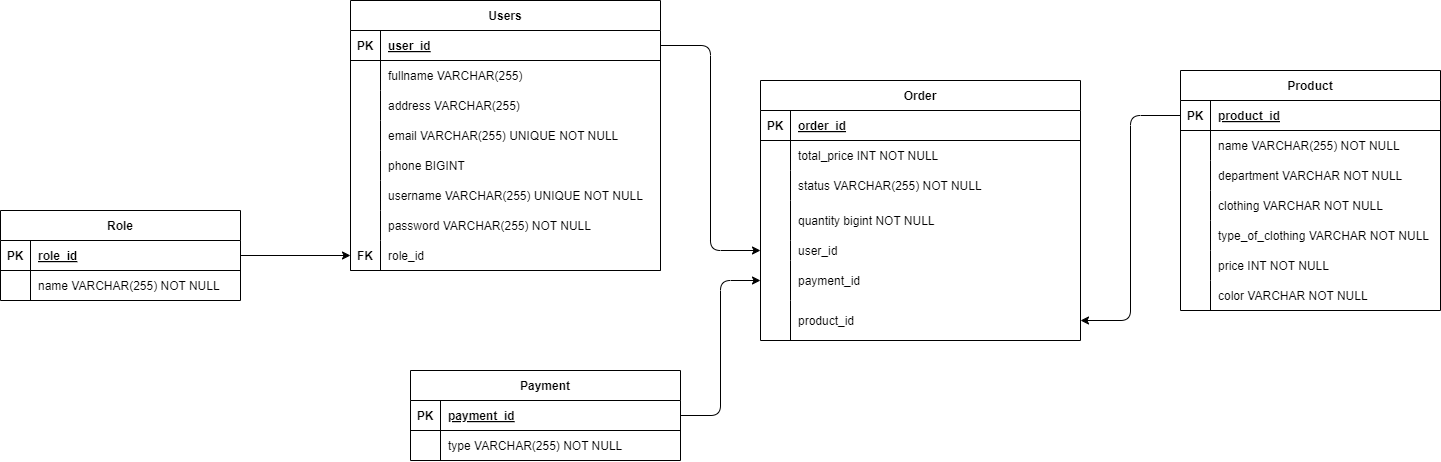
The draw.io diagram erd.drawio.png in nhhongan/fashion_brand_chatbot, before a commit. Source tidied: cells renumbered, new cells last; positions are measured from the earlier drawing's top-left corner, leaving out a move shared by most shapes.
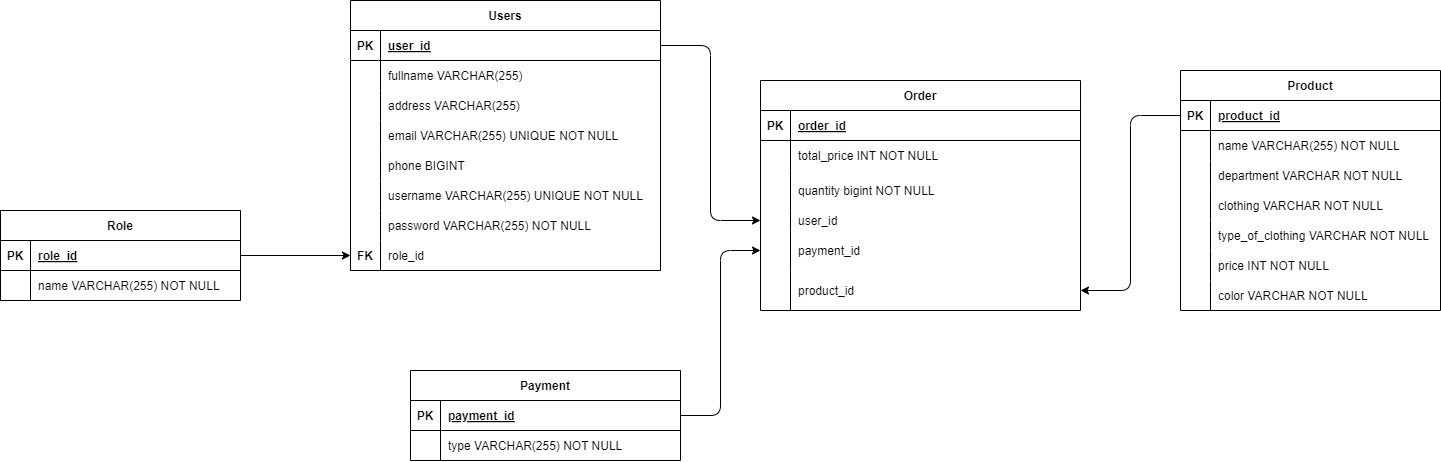
The same file after the commit.

Commit message:
modify: modify to match the new erd

What changed in the source:
```diff
@@ -189,7 +189,7 @@
       <mxGeometry x="30" width="240" height="30" as="geometry" />
     </mxCell>
     <mxCell id="64" value="Order" style="shape=table;startSize=30;rowLines=0;fontStyle=1;align=center;" parent="1" vertex="1">
-      <mxGeometry x="760" y="80" width="320" height="260" as="geometry" />
+      <mxGeometry x="760" y="80" width="320" height="230" as="geometry" />
     </mxCell>
     <mxCell id="65" style="shape=tableRow;horizontal=0;startSize=0;swimlaneHead=0;swimlaneBody=0;fillColor=none;top=0;left=0;right=0;bottom=1;" parent="64" vertex="1">
       <mxGeometry y="30" width="320" height="30" as="geometry" />
@@ -209,17 +209,8 @@
     <mxCell id="70" value="total_price INT NOT NULL" style="shape=partialRectangle;overflow=hidden;fillColor=none;align=left;top=0;left=0;bottom=0;right=0;spacingLeft=6;" parent="68" vertex="1">
       <mxGeometry x="30" width="290" height="30" as="geometry" />
     </mxCell>
-    <mxCell id="71" style="shape=tableRow;horizontal=0;startSize=0;swimlaneHead=0;swimlaneBody=0;fillColor=none;top=0;left=0;right=0;bottom=0;" parent="64" vertex="1">
-      <mxGeometry y="90" width="320" height="30" as="geometry" />
-    </mxCell>
-    <mxCell id="72" style="shape=partialRectangle;overflow=hidden;fillColor=none;top=0;left=0;bottom=0;right=0;" parent="71" vertex="1">
-      <mxGeometry width="30" height="30" as="geometry" />
-    </mxCell>
-    <mxCell id="73" value="status VARCHAR(255) NOT NULL" style="shape=partialRectangle;overflow=hidden;fillColor=none;align=left;top=0;left=0;bottom=0;right=0;spacingLeft=6;" parent="71" vertex="1">
-      <mxGeometry x="30" width="290" height="30" as="geometry" />
-    </mxCell>
     <mxCell id="74" style="shape=tableRow;horizontal=0;startSize=0;swimlaneHead=0;swimlaneBody=0;fillColor=none;top=0;left=0;right=0;bottom=0;" parent="64" vertex="1">
-      <mxGeometry y="120" width="320" height="40" as="geometry" />
+      <mxGeometry y="90" width="320" height="40" as="geometry" />
     </mxCell>
     <mxCell id="75" style="shape=partialRectangle;overflow=hidden;fillColor=none;top=0;left=0;bottom=0;right=0;" parent="74" vertex="1">
       <mxGeometry width="30" height="40" as="geometry" />
@@ -228,7 +219,7 @@
       <mxGeometry x="30" width="290" height="40" as="geometry" />
     </mxCell>
     <mxCell id="77" style="shape=tableRow;horizontal=0;startSize=0;swimlaneHead=0;swimlaneBody=0;fillColor=none;points=[[0,0.5],[1,0.5]];portConstraint=eastwest;top=0;left=0;right=0;bottom=0;" parent="64" vertex="1">
-      <mxGeometry y="160" width="320" height="20" as="geometry" />
+      <mxGeometry y="130" width="320" height="20" as="geometry" />
     </mxCell>
     <mxCell id="78" style="shape=partialRectangle;overflow=hidden;fillColor=none;top=0;left=0;bottom=0;right=0;" parent="77" vertex="1">
       <mxGeometry width="30" height="20" as="geometry" />
@@ -237,7 +228,7 @@
       <mxGeometry x="30" width="290" height="20" as="geometry" />
     </mxCell>
     <mxCell id="80" style="shape=tableRow;horizontal=0;startSize=0;swimlaneHead=0;swimlaneBody=0;fillColor=none;points=[[0,0.5],[1,0.5]];portConstraint=eastwest;top=0;left=0;right=0;bottom=0;" parent="64" vertex="1">
-      <mxGeometry y="180" width="320" height="40" as="geometry" />
+      <mxGeometry y="150" width="320" height="40" as="geometry" />
     </mxCell>
     <mxCell id="81" style="shape=partialRectangle;overflow=hidden;fillColor=none;top=0;left=0;bottom=0;right=0;" parent="80" vertex="1">
       <mxGeometry width="30" height="40" as="geometry" />
@@ -246,7 +237,7 @@
       <mxGeometry x="30" width="290" height="40" as="geometry" />
     </mxCell>
     <mxCell id="83" style="shape=tableRow;horizontal=0;startSize=0;swimlaneHead=0;swimlaneBody=0;fillColor=none;points=[[0,0.5],[1,0.5]];portConstraint=eastwest;top=0;left=0;right=0;bottom=0;" parent="64" vertex="1">
-      <mxGeometry y="220" width="320" height="40" as="geometry" />
+      <mxGeometry y="190" width="320" height="40" as="geometry" />
     </mxCell>
     <mxCell id="84" style="shape=partialRectangle;overflow=hidden;fillColor=none;top=0;left=0;bottom=0;right=0;" parent="83" vertex="1">
       <mxGeometry width="30" height="40" as="geometry" />
```
